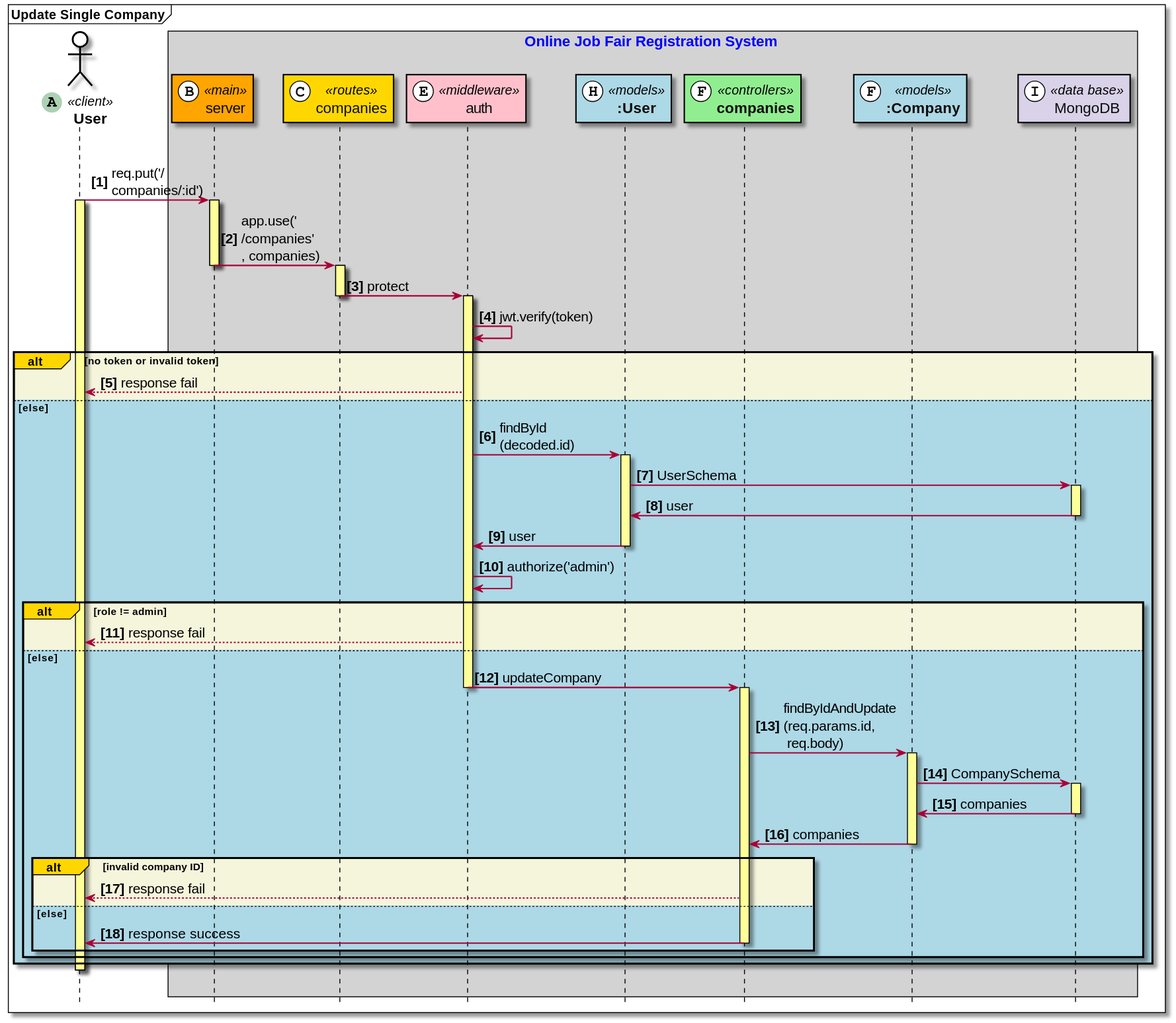
Earlier version of the PlantUML export doc_asset/diagrams/squence_diagrams/company/update_single_company.svg (wisarootl/online-job-fair-registration). Source of this version:
```plantuml
@startuml
hide footbox
skinparam sequenceArrowThickness 1.5
skinparam fontsize 50
autonumber 1 "<b>[###]"
skinparam component {
skinparam defaultFontSize 16
ArrowFontSize 15
}
Mainframe <b>Update Single Company</b>

actor "<b>User</b>" as user <<(A,#ADD1B2)client>>#White
Box Online Job Fair Registration System #lightgrey
participant "server" as server <<(B,#FFFFFF)main>>#Orange
participant "companies" as rcompanies <<(C,#FFFFFF)routes>>#Gold
participant "auth" as middleware_auth <<(E,#FFFFFF)middleware>>#Pink
participant "<b>:User" as models_User <<(H,#FFFFFF)models>>#LightBlue
participant "<b>companies" as controllers_companies <<(F,#FFFFFF)controllers>>#LightGreen
participant "<b>:Company" as models_Company <<(F,#FFFFFF)models>>#LightBlue
participant "MongoDB" as mongo <<(I,#FFFFFF)data base>>#d9d2e9
end box

|||
user->server: req.put('/\ncompanies/:id')
Activate user
Activate server
server->rcompanies: app.use('\n/companies'\n, companies)
DeActivate server
Activate rcompanies
rcompanies->middleware_auth: protect
DeActivate rcompanies
Activate middleware_auth
middleware_auth->middleware_auth: jwt.verify(token)
Alt#Gold #Beige no token or invalid token
middleware_auth-->user: response fail
Else #LightBlue else
middleware_auth->models_User: findById\n(decoded.id)
Activate models_User
models_User->mongo: UserSchema
Activate mongo
mongo->models_User: user
DeActivate mongo
models_User->middleware_auth: user
DeActivate models_User
middleware_auth->middleware_auth: authorize('admin')
Alt#Gold #Beige role != admin
middleware_auth-->user: response fail
Else #LightBlue else
middleware_auth->controllers_companies: updateCompany
DeActivate middleware_auth
Activate controllers_companies
controllers_companies->models_Company: findByIdAndUpdate\n(req.params.id,\n req.body)
Activate models_Company
models_Company->mongo: CompanySchema
Activate mongo
mongo->models_Company: companies
DeActivate mongo
models_Company->controllers_companies: companies
DeActivate models_Company
Alt#Gold #Beige invalid company ID
controllers_companies-->user: response fail
Else #LightBlue else
controllers_companies->user: response success
DeActivate controllers_companies
End Alt
End Alt
End Alt
DeActivate user
|||


skinparam sequence {
BoxBorderColor Black
BoxFontColor Blue
BoxFontSize 16
LifeLineBorderColor Black
LifeLineBackgroundColor #FFFF99
ParticipantBorderColor Black
StereoTypeFontSize 14
ParticipantFontSize 16
ParticipantFontColor #0c0c0c
ActorBorderColor Black
ActorBackgroundColor White
ActorFontSize 16
ActorFontColor Black
}
@enduml
```
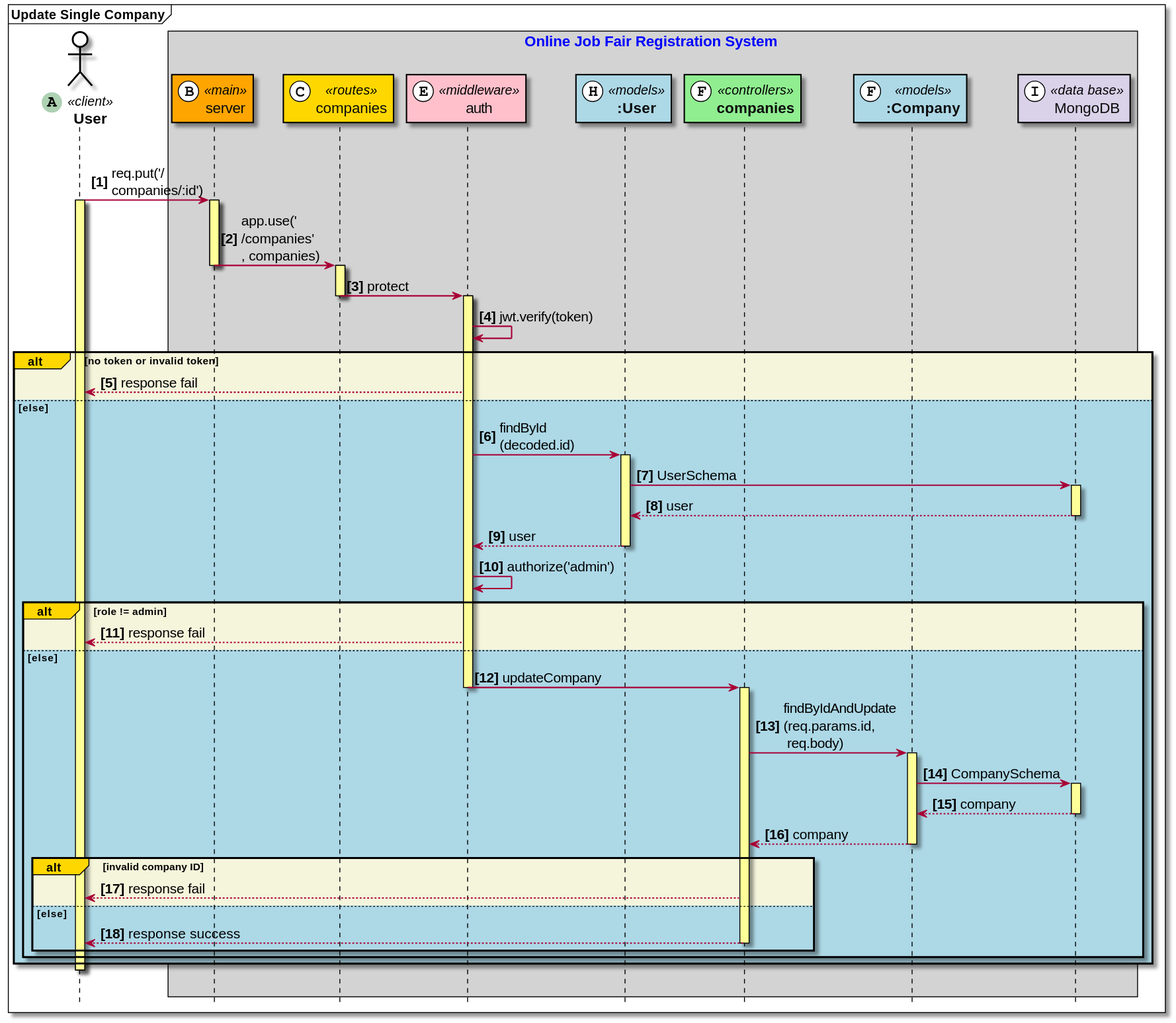
The same file after the commit.

What changed in the source:
```diff
@@ -38,9 +38,9 @@
 Activate models_User
 models_User->mongo: UserSchema
 Activate mongo
-mongo->models_User: user
+mongo-->models_User: user
 DeActivate mongo
-models_User->middleware_auth: user
+models_User-->middleware_auth: user
 DeActivate models_User
 middleware_auth->middleware_auth: authorize('admin')
 Alt#Gold #Beige role != admin
@@ -53,14 +53,14 @@
 Activate models_Company
 models_Company->mongo: CompanySchema
 Activate mongo
-mongo->models_Company: companies
+mongo-->models_Company: company
 DeActivate mongo
-models_Company->controllers_companies: companies
+models_Company-->controllers_companies: company
 DeActivate models_Company
 Alt#Gold #Beige invalid company ID
 controllers_companies-->user: response fail
 Else #LightBlue else
-controllers_companies->user: response success
+controllers_companies-->user: response success
 DeActivate controllers_companies
 End Alt
 End Alt
```
